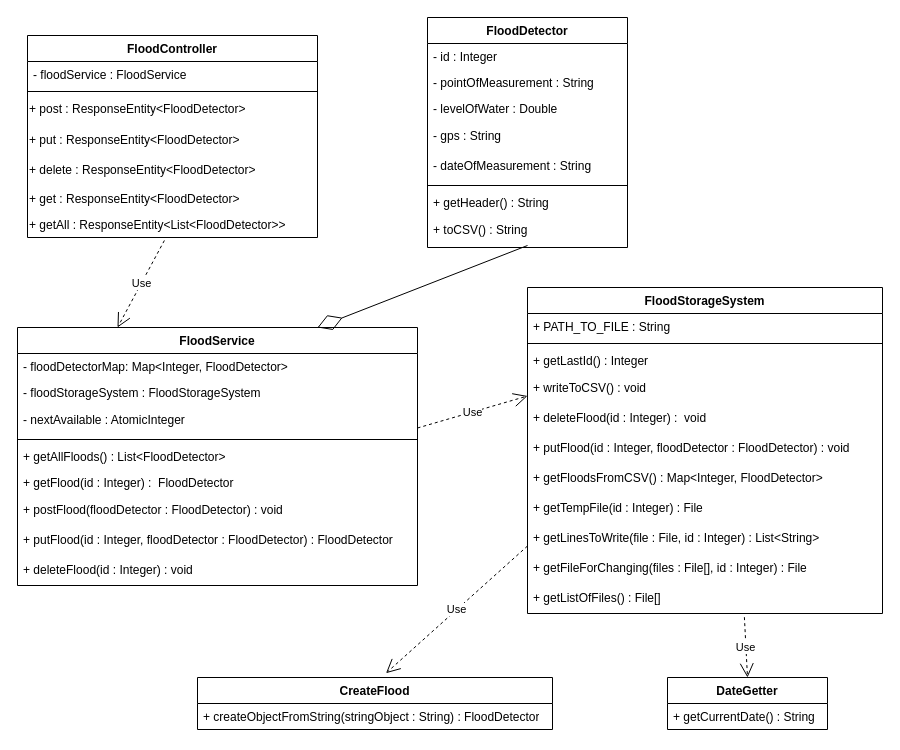
Above: Early-Flood-Detection.drawio in Danvace/Early-Flood-Detection (draw.io), before the change. Source tidied: cells renumbered, new cells numbered last; positions are measured from the earlier drawing's top-left corner, leaving out a move shared by most shapes. Both pictures are drawn from the tidied source at 100%, with x=0, y=0 at pixel (17, 17).
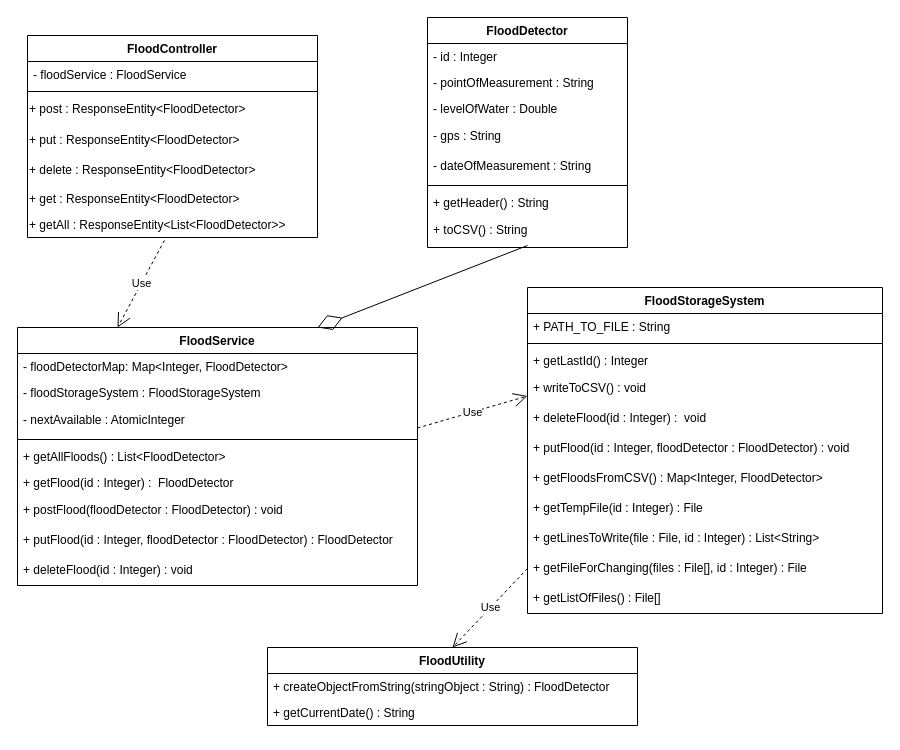
Above is the later version.

The change refers to these unchanged cells:
```xml
<mxCell id="40" value="+ getLinesToWrite(file : File, id : Integer) : List&amp;lt;String&amp;gt;" style="text;html=1;strokeColor=none;fillColor=none;align=left;verticalAlign=middle;whiteSpace=wrap;rounded=0;spacingLeft=4;spacingRight=4;" parent="31" vertex="1">
  <mxGeometry y="236" width="355" height="30" as="geometry" />
</mxCell>
<mxCell id="41" value="+ getFileForChanging(files : File[], id : Integer) : File" style="text;html=1;strokeColor=none;fillColor=none;align=left;verticalAlign=middle;whiteSpace=wrap;rounded=0;spacingLeft=4;spacingRight=4;" parent="31" vertex="1">
  <mxGeometry y="266" width="355" height="30" as="geometry" />
</mxCell>
<mxCell id="42" value="+ getListOfFiles() : File[]" style="text;html=1;strokeColor=none;fillColor=none;align=left;verticalAlign=middle;whiteSpace=wrap;rounded=0;spacingLeft=4;spacingRight=4;" parent="31" vertex="1">
  <mxGeometry y="296" width="355" height="30" as="geometry" />
</mxCell>
```

Diff of the diagram source:
```diff
@@
-    <mxCell id="44" value="CreateFlood" style="swimlane;fontStyle=1;align=center;verticalAlign=top;horizontal=1;startSize=26;whiteSpace=wrap;html=1;" parent="1" vertex="1">
-      <mxGeometry x="180" y="660" width="355" height="52" as="geometry" />
-    </mxCell>
-    <mxCell id="45" value="+&amp;nbsp;createObjectFromString(stringObject : String) : FloodDetector" style="text;strokeColor=none;fillColor=none;align=left;verticalAlign=top;spacingLeft=4;spacingRight=4;overflow=hidden;whiteSpace=wrap;html=1;" parent="44" vertex="1">
-      <mxGeometry y="26" width="355" height="26" as="geometry" />
-    </mxCell>
-    <mxCell id="46" value="DateGetter" style="swimlane;fontStyle=1;align=center;verticalAlign=top;horizontal=1;startSize=26;whiteSpace=wrap;html=1;" parent="1" vertex="1">
-      <mxGeometry x="650" y="660" width="160" height="52" as="geometry" />
-    </mxCell>
+    <mxCell id="50" value="FloodUtility" style="swimlane;fontStyle=1;align=center;verticalAlign=top;horizontal=1;startSize=26;whiteSpace=wrap;html=1;" parent="1" vertex="1">
+      <mxGeometry x="250" y="630" width="370" height="78" as="geometry" />
+    </mxCell>
+    <mxCell id="51" value="+&amp;nbsp;createObjectFromString(stringObject : String&lt;span style=&quot;background-color: initial;&quot;&gt;) : FloodDetector&amp;nbsp;&lt;/span&gt;" style="text;strokeColor=none;fillColor=none;align=left;verticalAlign=top;spacingLeft=4;spacingRight=4;overflow=hidden;whiteSpace=wrap;html=1;" parent="50" vertex="1">
+      <mxGeometry y="26" width="370" height="26" as="geometry" />
+    </mxCell>
-    <mxCell id="47" value="+ getCurrentDate() : String" style="text;strokeColor=none;fillColor=none;align=left;verticalAlign=top;spacingLeft=4;spacingRight=4;overflow=hidden;whiteSpace=wrap;html=1;" parent="46" vertex="1">
-      <mxGeometry y="26" width="160" height="26" as="geometry" />
+    <mxCell id="47" value="+&amp;nbsp;getCurrentDate() : String" style="text;strokeColor=none;fillColor=none;align=left;verticalAlign=top;spacingLeft=4;spacingRight=4;overflow=hidden;whiteSpace=wrap;html=1;" parent="50" vertex="1">
+      <mxGeometry y="52" width="370" height="26" as="geometry" />
     </mxCell>
-    <mxCell id="48" value="Use" style="endArrow=open;endSize=12;dashed=1;html=1;rounded=0;entryX=0.531;entryY=-0.083;entryDx=0;entryDy=0;entryPerimeter=0;exitX=0;exitY=0.75;exitDx=0;exitDy=0;" parent="1" edge="1" source="40" target="44">
-      <mxGeometry relative="1" as="geometry" />
-    </mxCell>
-    <mxCell id="49" value="Use" style="endArrow=open;endSize=12;dashed=1;html=1;rounded=0;entryX=0.5;entryY=0;entryDx=0;entryDy=0;exitX=0.611;exitY=1.122;exitDx=0;exitDy=0;exitPerimeter=0;" parent="1" edge="1" source="42" target="46">
-      <mxGeometry relative="1" as="geometry" />
-    </mxCell>
+    <mxCell id="52" value="Use" style="endArrow=open;endSize=12;dashed=1;html=1;rounded=0;entryX=0.5;entryY=0;entryDx=0;entryDy=0;exitX=0;exitY=0.5;exitDx=0;exitDy=0;" parent="1" edge="1" source="41" target="50">
+      <mxGeometry relative="1" as="geometry" />
+    </mxCell>
```
